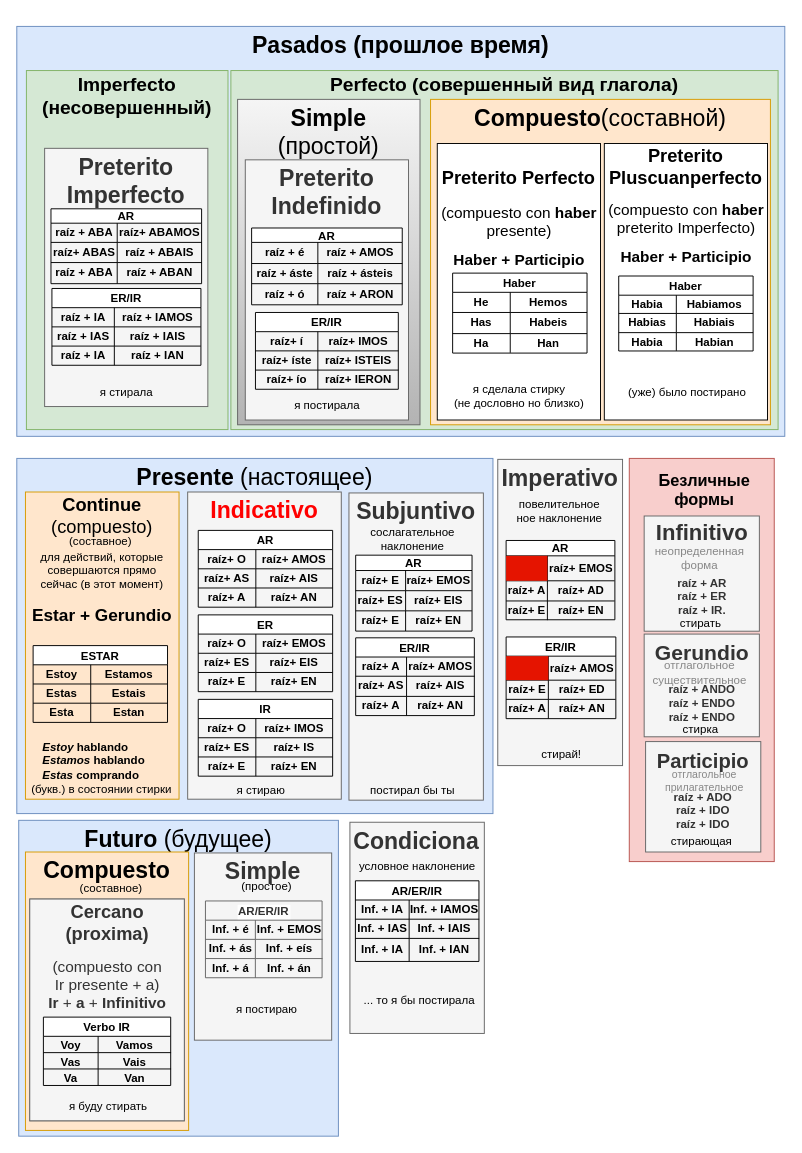
Earlier version of the draw.io diagram espverb.drawio (2zlodey/4drawio). Source tidied: cells renumbered, new cells numbered last; positions are measured from the earlier drawing's top-left corner, leaving out a move shared by most shapes. Both pictures are drawn from the tidied source at 96%, with x=0, y=0 at pixel (16, 26).
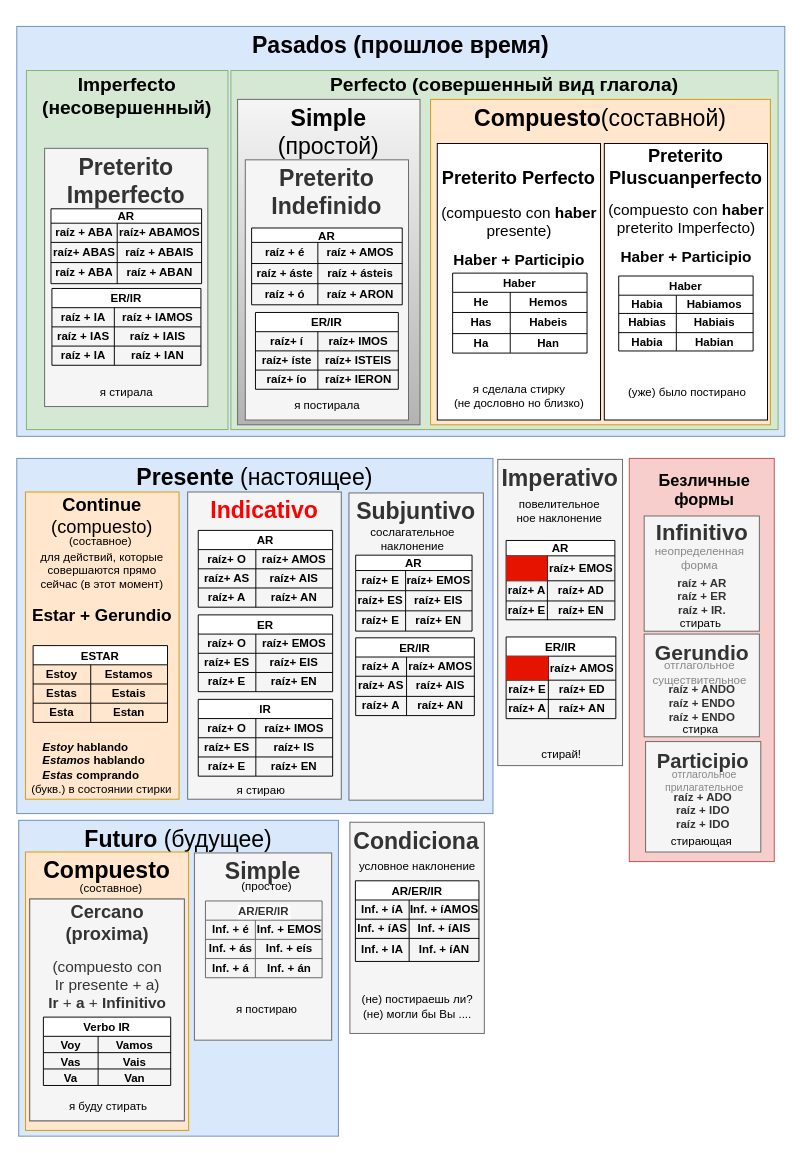
Above is the later version.

Unchanged cells that the change refers to:
```xml
<mxCell id="92" style="shape=tableRow;horizontal=0;startSize=0;swimlaneHead=0;swimlaneBody=0;strokeColor=inherit;top=0;left=0;bottom=0;right=0;fillColor=none;fontStyle=1;" parent="91" vertex="1">
  <mxGeometry y="20" width="128.7" height="20" as="geometry" />
</mxCell>
<mxCell id="95" style="shape=tableRow;horizontal=0;startSize=0;swimlaneHead=0;swimlaneBody=0;strokeColor=inherit;top=0;left=0;bottom=0;right=0;fillColor=none;fontStyle=1;" parent="91" vertex="1">
  <mxGeometry y="40" width="128.7" height="20" as="geometry" />
</mxCell>
<mxCell id="98" style="shape=tableRow;horizontal=0;startSize=0;swimlaneHead=0;swimlaneBody=0;strokeColor=inherit;top=0;left=0;bottom=0;right=0;fillColor=none;fontStyle=1;" parent="91" vertex="1">
  <mxGeometry y="60" width="128.7" height="24" as="geometry" />
</mxCell>
<mxCell id="148" style="group;fontStyle=1;" parent="146" vertex="1">
  <mxGeometry x="346" y="36" width="140" height="320" as="geometry" />
</mxCell>
```

Change to the diagram source:
```diff
@@
     <mxCell id="89" style="group;fontStyle=1;" parent="1" vertex="1">
-      <mxGeometry x="347" y="829" width="144" height="220" as="geometry" />
+      <mxGeometry x="347" y="829" width="150" height="239" as="geometry" />
     </mxCell>
@@
-    <mxCell id="93" value="Inf. + &lt;span&gt;IA&lt;/span&gt;" style="shape=partialRectangle;html=1;whiteSpace=wrap;strokeColor=inherit;overflow=hidden;fillColor=none;top=0;left=0;bottom=0;right=0;fontStyle=1;" parent="92" vertex="1">
+    <mxCell id="93" value="Inf. +&amp;nbsp;íA" style="shape=partialRectangle;html=1;whiteSpace=wrap;strokeColor=inherit;overflow=hidden;fillColor=none;top=0;left=0;bottom=0;right=0;fontStyle=1;" parent="92" vertex="1">
       <mxGeometry width="56" height="20" as="geometry" />
     </mxCell>
-    <mxCell id="94" value="Inf. +&lt;span&gt; IAMOS&lt;/span&gt;" style="shape=partialRectangle;html=1;whiteSpace=wrap;strokeColor=inherit;overflow=hidden;fillColor=none;top=0;left=0;bottom=0;right=0;fontStyle=1;" parent="92" vertex="1">
+    <mxCell id="94" value="Inf. +&lt;span&gt; íAMOS&lt;/span&gt;" style="shape=partialRectangle;html=1;whiteSpace=wrap;strokeColor=inherit;overflow=hidden;fillColor=none;top=0;left=0;bottom=0;right=0;fontStyle=1;" parent="92" vertex="1">
       <mxGeometry x="56" width="73" height="20" as="geometry" />
     </mxCell>
@@
-    <mxCell id="96" value="Inf. +&lt;span&gt; IAS&lt;/span&gt;" style="shape=partialRectangle;html=1;whiteSpace=wrap;strokeColor=inherit;overflow=hidden;fillColor=none;top=0;left=0;bottom=0;right=0;fontStyle=1;" parent="95" vertex="1">
+    <mxCell id="96" value="Inf. +&lt;span&gt; íAS&lt;br&gt;&lt;/span&gt;" style="shape=partialRectangle;html=1;whiteSpace=wrap;strokeColor=inherit;overflow=hidden;fillColor=none;top=0;left=0;bottom=0;right=0;fontStyle=1;" parent="95" vertex="1">
       <mxGeometry width="56" height="20" as="geometry" />
     </mxCell>
-    <mxCell id="97" value="Inf. +&lt;span&gt; IAIS&lt;/span&gt;" style="shape=partialRectangle;html=1;whiteSpace=wrap;strokeColor=inherit;overflow=hidden;fillColor=none;top=0;left=0;bottom=0;right=0;fontStyle=1;" parent="95" vertex="1">
+    <mxCell id="97" value="Inf. +&lt;span&gt; íAIS&lt;/span&gt;" style="shape=partialRectangle;html=1;whiteSpace=wrap;strokeColor=inherit;overflow=hidden;fillColor=none;top=0;left=0;bottom=0;right=0;fontStyle=1;" parent="95" vertex="1">
       <mxGeometry x="56" width="73" height="20" as="geometry" />
     </mxCell>
@@
-    <mxCell id="100" value="Inf. +&lt;span&gt; IAN&lt;/span&gt;" style="shape=partialRectangle;html=1;whiteSpace=wrap;strokeColor=inherit;overflow=hidden;fillColor=none;top=0;left=0;bottom=0;right=0;fontStyle=1;" parent="98" vertex="1">
+    <mxCell id="100" value="Inf. +&lt;span&gt; íAN&lt;/span&gt;" style="shape=partialRectangle;html=1;whiteSpace=wrap;strokeColor=inherit;overflow=hidden;fillColor=none;top=0;left=0;bottom=0;right=0;fontStyle=1;" parent="98" vertex="1">
       <mxGeometry x="56" width="73" height="24" as="geometry" />
     </mxCell>
@@
-    <mxCell id="102" value="... то я бы постирала" style="text;html=1;align=center;verticalAlign=middle;strokeColor=none;fillColor=none;" parent="89" vertex="1">
-      <mxGeometry x="2" y="171" width="140" height="30" as="geometry" />
+    <mxCell id="102" value="&lt;div&gt;&lt;br&gt;&lt;/div&gt;&lt;div&gt;&lt;br&gt;(не) постираешь ли?&lt;br&gt;&lt;/div&gt;&lt;div&gt;(не) могли бы Вы ....&lt;/div&gt;&lt;div&gt;&lt;br&gt;&lt;/div&gt;" style="text;html=1;align=center;verticalAlign=middle;strokeColor=none;fillColor=none;" parent="89" vertex="1">
+      <mxGeometry y="140" width="140" height="90" as="geometry" />
     </mxCell>
@@
-    <mxCell id="171" value="постирал бы ты" style="text;html=1;align=center;verticalAlign=middle;strokeColor=none;fillColor=none;" parent="148" vertex="1">
-      <mxGeometry x="11" y="295" width="110" height="30" as="geometry" />
-    </mxCell>
```
